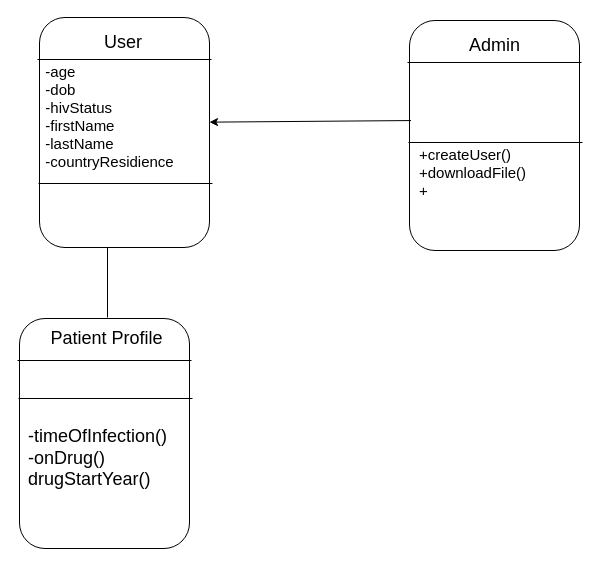
Earlier version of the draw.io diagram LifePrognosis-ClassDiagrams.drawio (JonahKayizzi/life-prognosis-gahinga6). Source tidied: cells renumbered, new cells numbered last; positions are measured from the earlier drawing's top-left corner, leaving out a move shared by most shapes. Both pictures are drawn from the tidied source at 100%, with x=0, y=0 at pixel (17, 17).
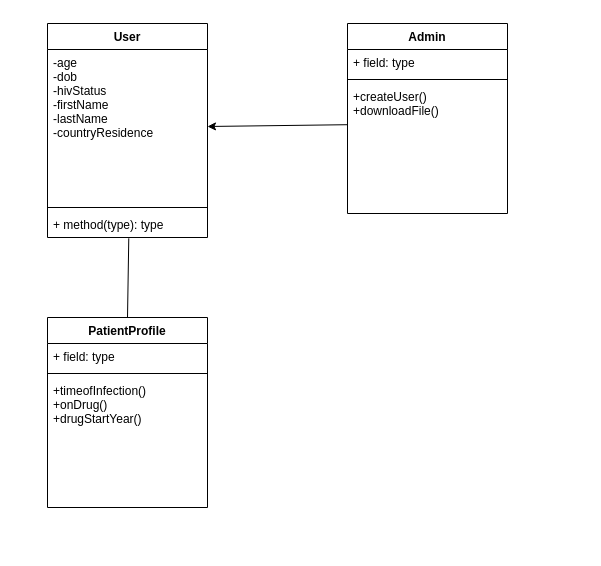
Above is the later version.

Commit message:
created class diagrams

Change to the diagram source:
```diff
@@
-    <mxCell id="3" style="group;" parent="1" vertex="1">
-      <mxGeometry x="20" width="174" height="230" as="geometry" />
-    </mxCell>
-    <mxCell id="4" style="rounded=1;whiteSpace=wrap;html=1;" parent="3" vertex="1">
-      <mxGeometry x="2" width="170" height="230" as="geometry" />
-    </mxCell>
-    <mxCell id="5" style="endArrow=none;html=1;rounded=0;" parent="3" edge="1">
-      <mxGeometry relative="1" as="geometry">
-        <mxPoint y="42" as="sourcePoint" />
-        <mxPoint x="174" y="42" as="targetPoint" />
-      </mxGeometry>
-    </mxCell>
-    <mxCell id="6" style="endArrow=none;html=1;rounded=0;" parent="3" edge="1">
-      <mxGeometry relative="1" as="geometry">
-        <mxPoint x="1" y="166" as="sourcePoint" />
-        <mxPoint x="175" y="166" as="targetPoint" />
-      </mxGeometry>
-    </mxCell>
+    <mxCell id="21" style="endArrow=classic;html=1;rounded=0;exitX=-0.002;exitY=0.317;exitDx=0;exitDy=0;exitPerimeter=0;entryX=1;entryY=0.5;entryDx=0;entryDy=0;" parent="1" edge="1" source="25" target="26">
+      <mxGeometry relative="1" as="geometry" />
+    </mxCell>
+    <mxCell id="13" value="Admin" style="swimlane;fontStyle=1;align=center;verticalAlign=top;horizontal=1;startSize=26;" parent="1" vertex="1">
+      <mxGeometry x="330" y="6" width="160" height="190" as="geometry" />
+    </mxCell>
+    <mxCell id="23" value="+ field: type" style="text;strokeColor=none;fillColor=none;align=left;verticalAlign=top;spacingLeft=4;spacingRight=4;overflow=hidden;" parent="13" vertex="1">
+      <mxGeometry y="26" width="160" height="26" as="geometry" />
+    </mxCell>
+    <mxCell id="24" style="line;strokeWidth=1;fillColor=none;align=left;verticalAlign=middle;spacingTop=-1;spacingLeft=3;spacingRight=3;labelPosition=right;strokeColor=inherit;" parent="13" vertex="1">
+      <mxGeometry y="52" width="160" height="8" as="geometry" />
+    </mxCell>
+    <mxCell id="25" value="+createUser()&#10;+downloadFile()" style="text;strokeColor=none;fillColor=none;align=left;verticalAlign=top;spacingLeft=4;spacingRight=4;overflow=hidden;points=[[0,0.5],[1,0.5]];portConstraint=eastwest;" parent="13" vertex="1">
+      <mxGeometry y="60" width="160" height="130" as="geometry" />
+    </mxCell>
-    <mxCell id="7" value="&lt;font style=&quot;font-size: 18px;&quot;&gt;User&lt;/font&gt;" style="text;strokeColor=none;align=center;fillColor=none;html=1;verticalAlign=middle;whiteSpace=wrap;rounded=0;" parent="3" vertex="1">
-      <mxGeometry x="36" y="10" width="100" height="30" as="geometry" />
+    <mxCell id="7" value="User" style="swimlane;fontStyle=1;align=center;verticalAlign=top;horizontal=1;startSize=26;" parent="1" vertex="1">
+      <mxGeometry x="30" y="6" width="160" height="214" as="geometry" />
     </mxCell>
-    <mxCell id="8" value="&lt;div style=&quot;text-align: left; font-size: 15px;&quot;&gt;&lt;span style=&quot;background-color: initial;&quot;&gt;&lt;font style=&quot;font-size: 15px;&quot;&gt;-age&lt;/font&gt;&lt;/span&gt;&lt;/div&gt;&lt;div style=&quot;text-align: left; font-size: 15px;&quot;&gt;&lt;font style=&quot;font-size: 15px;&quot;&gt;-dob&lt;/font&gt;&lt;/div&gt;&lt;div style=&quot;text-align: left; font-size: 15px;&quot;&gt;&lt;font style=&quot;font-size: 15px;&quot;&gt;-hivStatus&lt;/font&gt;&lt;/div&gt;&lt;div style=&quot;text-align: left; font-size: 15px;&quot;&gt;&lt;font style=&quot;font-size: 15px;&quot;&gt;-firstName&lt;/font&gt;&lt;/div&gt;&lt;div style=&quot;text-align: left; font-size: 15px;&quot;&gt;&lt;font style=&quot;font-size: 15px;&quot;&gt;-lastName&lt;/font&gt;&lt;/div&gt;&lt;div style=&quot;text-align: left; font-size: 15px;&quot;&gt;&lt;font style=&quot;font-size: 15px;&quot;&gt;-countryResidience&lt;/font&gt;&lt;/div&gt;" style="text;html=1;align=center;verticalAlign=middle;strokeColor=none;fillColor=none;" parent="3" vertex="1">
-      <mxGeometry x="-3" y="39" width="150" height="120" as="geometry" />
-    </mxCell>
-    <mxCell id="9" style="group;" parent="1" vertex="1">
-      <mxGeometry x="390" y="3" width="174" height="230" as="geometry" />
-    </mxCell>
-    <mxCell id="10" style="rounded=1;whiteSpace=wrap;html=1;" parent="9" vertex="1">
-      <mxGeometry x="2" width="170" height="230" as="geometry" />
-    </mxCell>
-    <mxCell id="11" style="endArrow=none;html=1;rounded=0;" parent="9" edge="1">
-      <mxGeometry relative="1" as="geometry">
-        <mxPoint y="42" as="sourcePoint" />
-        <mxPoint x="174" y="42" as="targetPoint" />
-      </mxGeometry>
-    </mxCell>
-    <mxCell id="12" style="endArrow=none;html=1;rounded=0;" parent="9" edge="1">
-      <mxGeometry relative="1" as="geometry">
-        <mxPoint x="1" y="122" as="sourcePoint" />
-        <mxPoint x="175" y="122" as="targetPoint" />
-      </mxGeometry>
-    </mxCell>
-    <mxCell id="13" value="&lt;font style=&quot;font-size: 18px;&quot;&gt;Admin&lt;/font&gt;" style="text;html=1;align=center;verticalAlign=middle;strokeColor=none;fillColor=none;" parent="9" vertex="1">
-      <mxGeometry x="52" y="5" width="70" height="40" as="geometry" />
-    </mxCell>
-    <mxCell id="14" value="&lt;div style=&quot;text-align: left; font-size: 15px;&quot;&gt;+createUser()&lt;/div&gt;&lt;div style=&quot;text-align: left; font-size: 15px;&quot;&gt;+downloadFile()&lt;/div&gt;&lt;div style=&quot;text-align: left; font-size: 15px;&quot;&gt;+&amp;nbsp;&lt;/div&gt;" style="text;html=1;align=center;verticalAlign=middle;strokeColor=none;fillColor=none;" parent="9" vertex="1">
-      <mxGeometry y="117" width="130" height="70" as="geometry" />
-    </mxCell>
-    <mxCell id="15" style="group;" parent="1" vertex="1">
-      <mxGeometry y="301" width="190" height="230" as="geometry" />
-    </mxCell>
-    <mxCell id="16" style="rounded=1;whiteSpace=wrap;html=1;" parent="15" vertex="1">
-      <mxGeometry x="2" width="170" height="230" as="geometry" />
-    </mxCell>
-    <mxCell id="17" style="endArrow=none;html=1;rounded=0;" parent="15" edge="1">
-      <mxGeometry relative="1" as="geometry">
-        <mxPoint y="42" as="sourcePoint" />
-        <mxPoint x="174" y="42" as="targetPoint" />
-      </mxGeometry>
-    </mxCell>
-    <mxCell id="18" style="endArrow=none;html=1;rounded=0;" parent="15" edge="1">
-      <mxGeometry relative="1" as="geometry">
-        <mxPoint x="1" y="80" as="sourcePoint" />
-        <mxPoint x="175" y="80" as="targetPoint" />
-      </mxGeometry>
-    </mxCell>
-    <mxCell id="19" value="&lt;font style=&quot;font-size: 18px;&quot;&gt;Patient Profile&lt;/font&gt;" style="text;html=1;align=center;verticalAlign=middle;strokeColor=none;fillColor=none;" parent="15" vertex="1">
-      <mxGeometry x="19" width="140" height="40" as="geometry" />
-    </mxCell>
-    <mxCell id="20" value="&lt;font style=&quot;font-size: 18px;&quot;&gt;-timeOfInfection()&lt;/font&gt;&lt;div style=&quot;font-size: 18px;&quot;&gt;&lt;font style=&quot;font-size: 18px;&quot;&gt;-onDrug()&lt;/font&gt;&lt;/div&gt;&lt;div style=&quot;font-size: 18px;&quot;&gt;&lt;font style=&quot;font-size: 18px;&quot;&gt;drugStartYear()&lt;/font&gt;&lt;/div&gt;" style="text;html=1;align=left;verticalAlign=middle;strokeColor=none;fillColor=none;" parent="15" vertex="1">
-      <mxGeometry x="9" y="100" width="160" height="80" as="geometry" />
-    </mxCell>
-    <mxCell id="21" style="endArrow=classic;html=1;rounded=0;entryX=1;entryY=0.455;entryDx=0;entryDy=0;entryPerimeter=0;exitX=0.009;exitY=0.435;exitDx=0;exitDy=0;exitPerimeter=0;" parent="1" edge="1" source="10" target="4">
-      <mxGeometry relative="1" as="geometry" />
-    </mxCell>
-    <mxCell id="22" style="endArrow=none;html=1;rounded=0;" parent="1" edge="1">
-      <mxGeometry relative="1" as="geometry">
-        <mxPoint x="90" y="300" as="sourcePoint" />
-        <mxPoint x="90" y="230" as="targetPoint" />
-      </mxGeometry>
-    </mxCell>
+    <mxCell id="26" value="-age&#10;-dob&#10;-hivStatus&#10;-firstName&#10;-lastName&#10;-countryResidence" style="text;strokeColor=none;fillColor=none;align=left;verticalAlign=top;spacingLeft=4;spacingRight=4;overflow=hidden;points=[[0,0.5],[1,0.5]];portConstraint=eastwest;" parent="7" vertex="1">
+      <mxGeometry y="26" width="160" height="154" as="geometry" />
+    </mxCell>
+    <mxCell id="27" style="line;strokeWidth=1;fillColor=none;align=left;verticalAlign=middle;spacingTop=-1;spacingLeft=3;spacingRight=3;labelPosition=right;strokeColor=inherit;" parent="7" vertex="1">
+      <mxGeometry y="180" width="160" height="8" as="geometry" />
+    </mxCell>
+    <mxCell id="28" value="+ method(type): type" style="text;strokeColor=none;fillColor=none;align=left;verticalAlign=top;spacingLeft=4;spacingRight=4;overflow=hidden;points=[[0,0.5],[1,0.5]];portConstraint=eastwest;" parent="7" vertex="1">
+      <mxGeometry y="188" width="160" height="26" as="geometry" />
+    </mxCell>
+    <mxCell id="29" value="PatientProfile" style="swimlane;fontStyle=1;align=center;verticalAlign=top;horizontal=1;startSize=26;" parent="1" vertex="1">
+      <mxGeometry x="30" y="300" width="160" height="190" as="geometry" />
+    </mxCell>
+    <mxCell id="30" value="+ field: type" style="text;strokeColor=none;fillColor=none;align=left;verticalAlign=top;spacingLeft=4;spacingRight=4;overflow=hidden;" parent="29" vertex="1">
+      <mxGeometry y="26" width="160" height="26" as="geometry" />
+    </mxCell>
+    <mxCell id="31" style="line;strokeWidth=1;fillColor=none;align=left;verticalAlign=middle;spacingTop=-1;spacingLeft=3;spacingRight=3;labelPosition=right;strokeColor=inherit;" parent="29" vertex="1">
+      <mxGeometry y="52" width="160" height="8" as="geometry" />
+    </mxCell>
+    <mxCell id="32" value="+timeofInfection()&#10;+onDrug()&#10;+drugStartYear()" style="text;strokeColor=none;fillColor=none;align=left;verticalAlign=top;spacingLeft=4;spacingRight=4;overflow=hidden;" parent="29" vertex="1">
+      <mxGeometry y="60" width="160" height="130" as="geometry" />
+    </mxCell>
+    <mxCell id="33" style="endArrow=none;html=1;entryX=0.508;entryY=1.031;entryDx=0;entryDy=0;entryPerimeter=0;" parent="1" edge="1" target="28">
+      <mxGeometry relative="1" as="geometry">
+        <mxPoint x="110" y="300" as="sourcePoint" />
+      </mxGeometry>
+    </mxCell>
```
